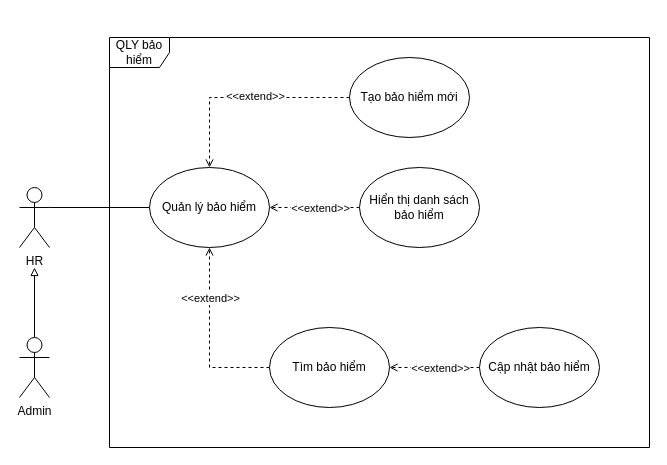
Earlier version of the draw.io diagram QuanLyBaoHiem.drawio (hoangda24312/Group4-DesigningSystem). Source tidied: cells renumbered, new cells numbered last; positions are measured from the earlier drawing's top-left corner, leaving out a move shared by most shapes. Both pictures are drawn from the tidied source at 100%, with x=0, y=0 at pixel (19, 37).
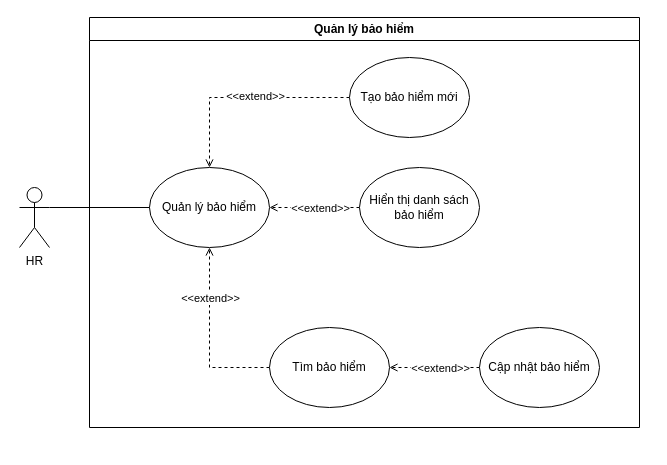
The same diagram, later.

Change to the diagram source:
```diff
@@
-    <mxCell id="2" value=" " style="edgeStyle=orthogonalEdgeStyle;rounded=0;jettySize=auto;html=1;endArrow=block;endFill=0;" parent="1" edge="1" source="3">
-      <mxGeometry relative="1" as="geometry">
-        <mxPoint x="15" y="230" as="targetPoint" />
-      </mxGeometry>
-    </mxCell>
-    <mxCell id="3" value="Admin" style="shape=umlActor;verticalLabelPosition=bottom;verticalAlign=top;html=1;outlineConnect=0;" parent="1" vertex="1">
-      <mxGeometry y="300" width="30" height="60" as="geometry" />
-    </mxCell>
@@
-    <mxCell id="19" value="QLY bảo hiểm" style="shape=umlFrame;whiteSpace=wrap;html=1;" parent="1" vertex="1">
-      <mxGeometry x="90" width="540" height="410" as="geometry" />
-    </mxCell>
+    <mxCell id="20" value="Quản lý bảo hiểm" style="swimlane;whiteSpace=wrap;html=1;" parent="1" vertex="1">
+      <mxGeometry x="70" y="-20" width="550" height="410" as="geometry" />
+    </mxCell>
```
